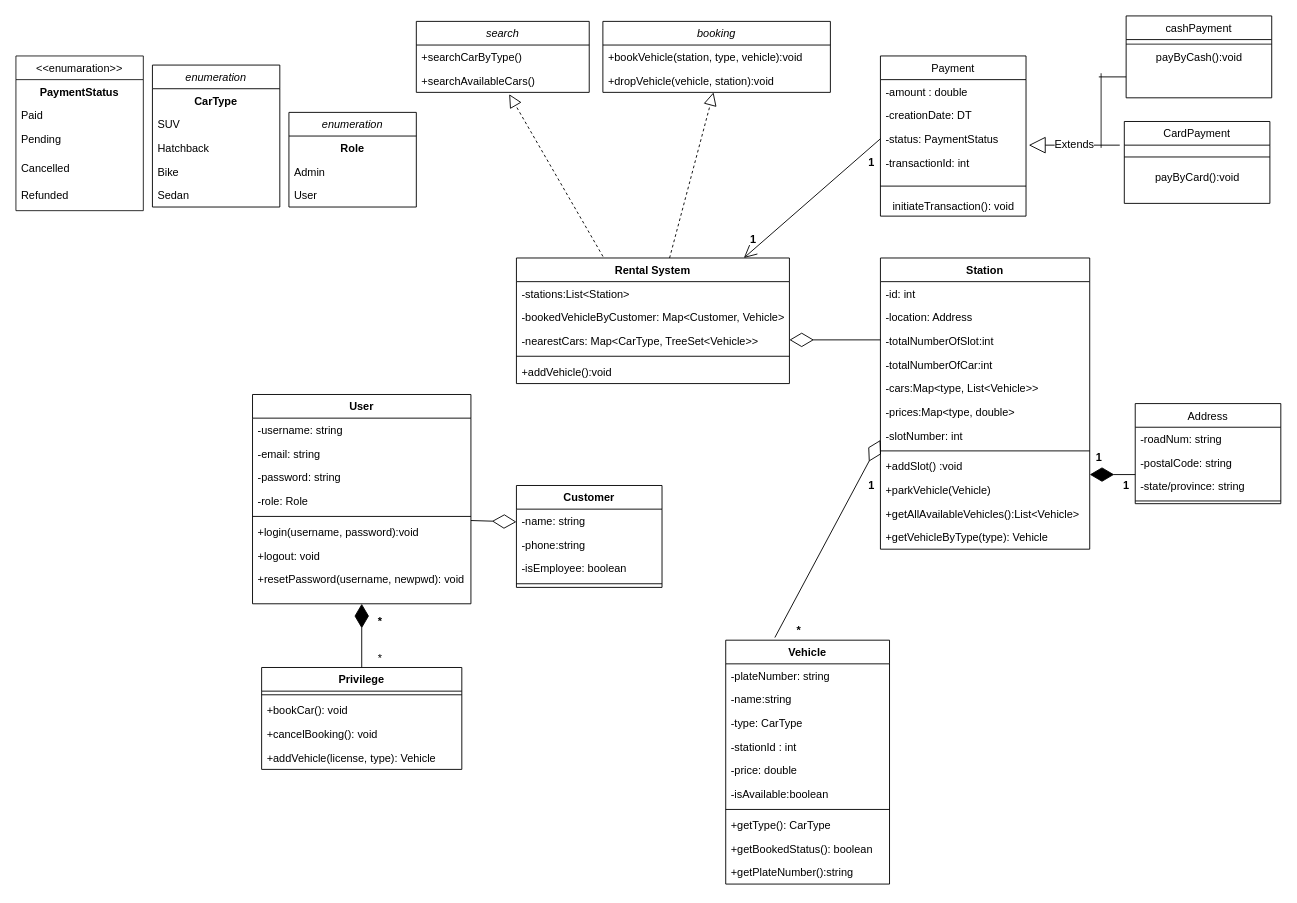
The draw.io diagram page "Car Rental System" (3 of 5) of Movie Ticket Booking.drawio in Moytri/Uml-Diagram, before the edit. Source tidied: cells renumbered, new cells numbered last; positions are measured from the earlier drawing's top-left corner, leaving out a move shared by most shapes. Both pictures are drawn from the tidied source at 91%, with x=0, y=0 at pixel (15, 15).
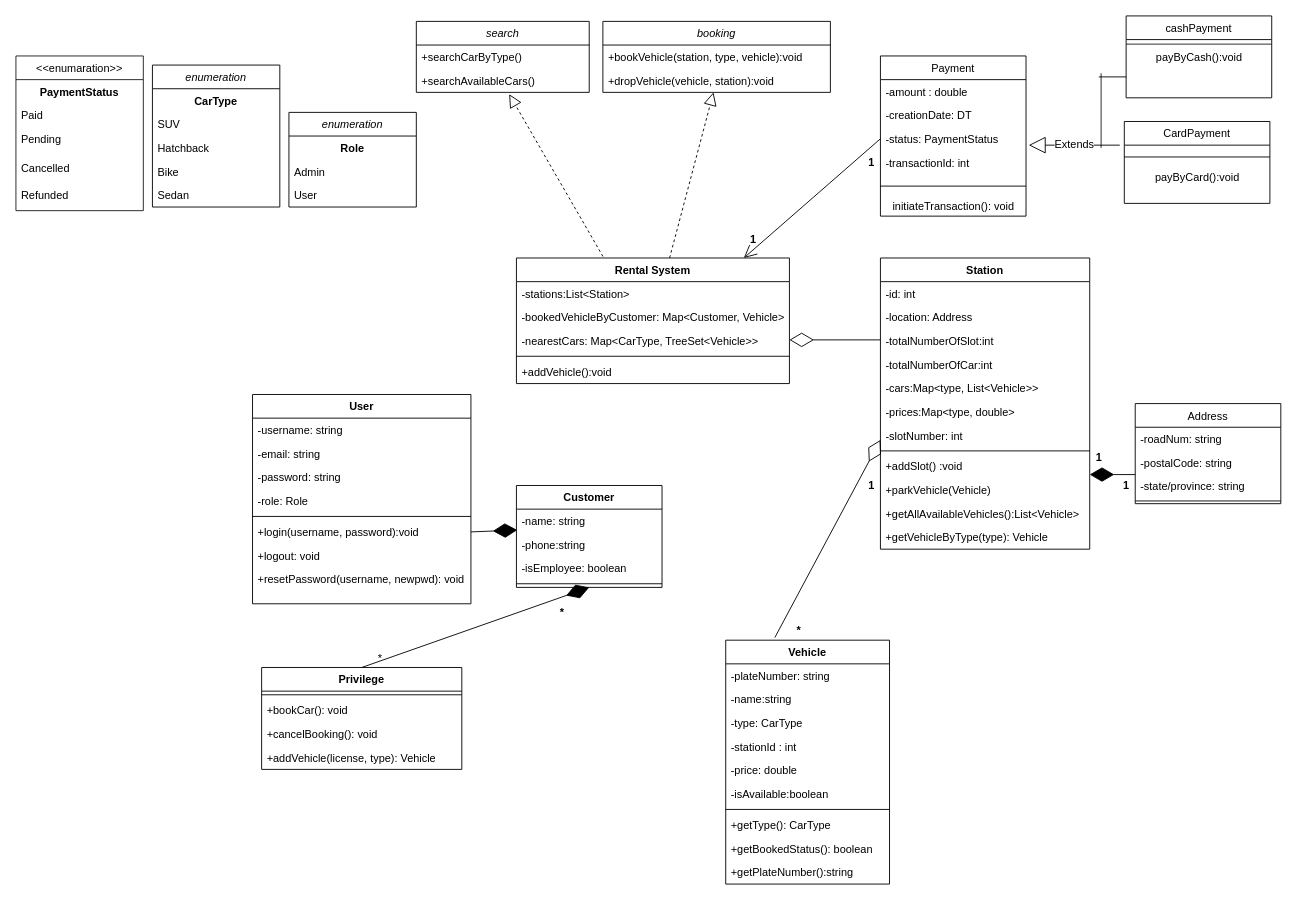
The same page after the edit.

Unchanged cells that the change refers to:
```xml
<mxCell id="8" value="User" style="swimlane;fontStyle=1;align=center;verticalAlign=top;horizontal=1;startSize=26;" parent="1" vertex="1">
  <mxGeometry x="260" y="416" width="240" height="230" as="geometry" />
</mxCell>
<mxCell id="16" value="+resetPassword(username, newpwd): void" style="text;strokeColor=none;fillColor=none;align=left;verticalAlign=top;spacingLeft=4;spacingRight=4;overflow=hidden;points=[[0,0.5],[1,0.5]];portConstraint=eastwest;" parent="8" vertex="1">
  <mxGeometry y="190" width="240" height="40" as="geometry" />
</mxCell>
<mxCell id="17" value="Customer" style="swimlane;fontStyle=1;align=center;verticalAlign=top;horizontal=1;startSize=26;" parent="1" vertex="1">
  <mxGeometry x="550" y="516" width="160" height="112" as="geometry" />
</mxCell>
<mxCell id="18" value="-name: string" style="text;strokeColor=none;fillColor=none;align=left;verticalAlign=top;spacingLeft=4;spacingRight=4;overflow=hidden;points=[[0,0.5],[1,0.5]];portConstraint=eastwest;" parent="17" vertex="1">
  <mxGeometry y="26" width="160" height="26" as="geometry" />
</mxCell>
<mxCell id="22" value="Privilege" style="swimlane;fontStyle=1;align=center;verticalAlign=top;horizontal=1;startSize=26;" parent="1" vertex="1">
  <mxGeometry x="270" y="716" width="220" height="112" as="geometry" />
</mxCell>
```

Diff of the diagram source:
```diff
@@
+    <mxCell id="110" style="endArrow=diamondThin;endFill=1;endSize=24;html=1;rounded=0;entryX=0.006;entryY=0.885;entryDx=0;entryDy=0;entryPerimeter=0;" parent="8" edge="1" target="18">
+      <mxGeometry relative="1" as="geometry">
+        <mxPoint x="240" y="151" as="sourcePoint" />
+      </mxGeometry>
+    </mxCell>
@@
-    <mxCell id="55" style="endArrow=diamondThin;endFill=0;endSize=24;html=1;rounded=0;" parent="1" edge="1">
-      <mxGeometry relative="1" as="geometry">
-        <mxPoint x="500" y="554.5" as="sourcePoint" />
-        <mxPoint x="550" y="556" as="targetPoint" />
-      </mxGeometry>
-    </mxCell>
-    <mxCell id="56" style="endArrow=diamondThin;endFill=1;endSize=24;html=1;rounded=0;exitX=0.5;exitY=0;exitDx=0;exitDy=0;exitPerimeter=0;" parent="1" edge="1" source="22" target="16">
+    <mxCell id="56" style="endArrow=diamondThin;endFill=1;endSize=24;html=1;rounded=0;exitX=0.5;exitY=0;exitDx=0;exitDy=0;exitPerimeter=0;entryX=0.5;entryY=1;entryDx=0;entryDy=0;" parent="1" edge="1" source="22" target="17">
       <mxGeometry relative="1" as="geometry" />
     </mxCell>
     <mxCell id="57" value="&lt;b&gt;*&lt;/b&gt;" style="text;html=1;align=center;verticalAlign=middle;strokeColor=none;fillColor=none;" parent="1" vertex="1">
-      <mxGeometry x="390" y="656" width="20" height="20" as="geometry" />
+      <mxGeometry x="590" y="646" width="20" height="20" as="geometry" />
     </mxCell>
```
